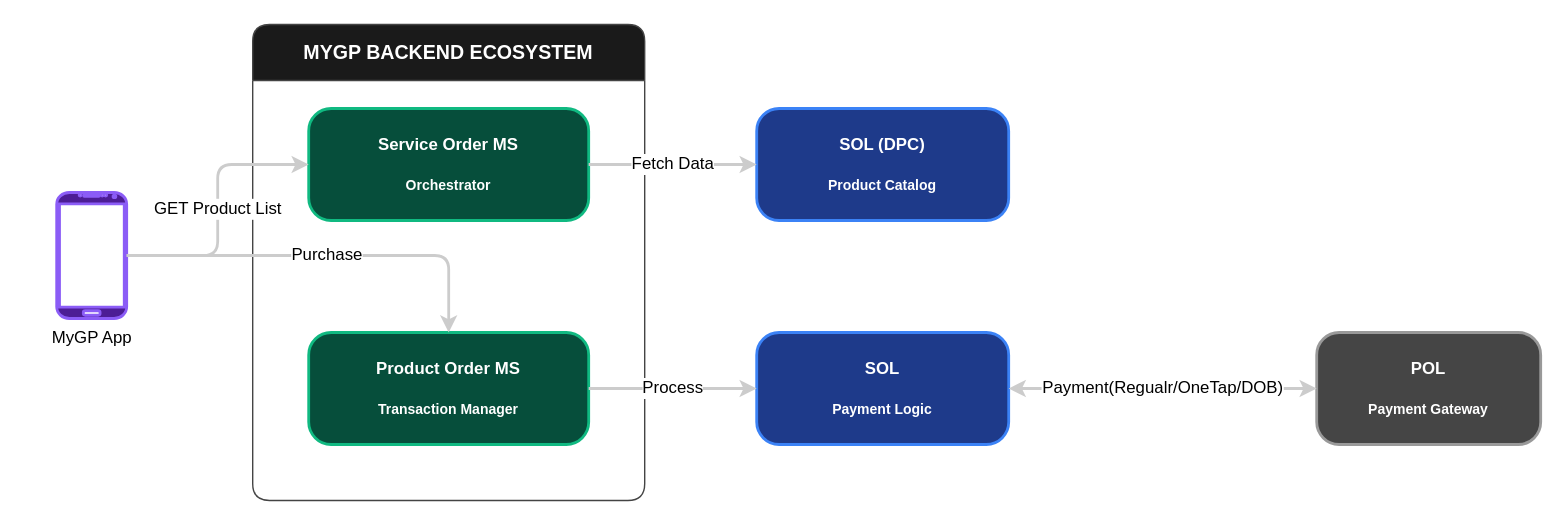
The draw.io diagram MyGP<->SOL Intigration.drawio in theasad/draw.io, before the edit. Source tidied: cells renumbered, new cells numbered last; positions are measured from the earlier drawing's top-left corner, leaving out a move shared by most shapes. Both pictures are drawn from the tidied source at 140%, with x=0, y=0 at pixel (56, 24).
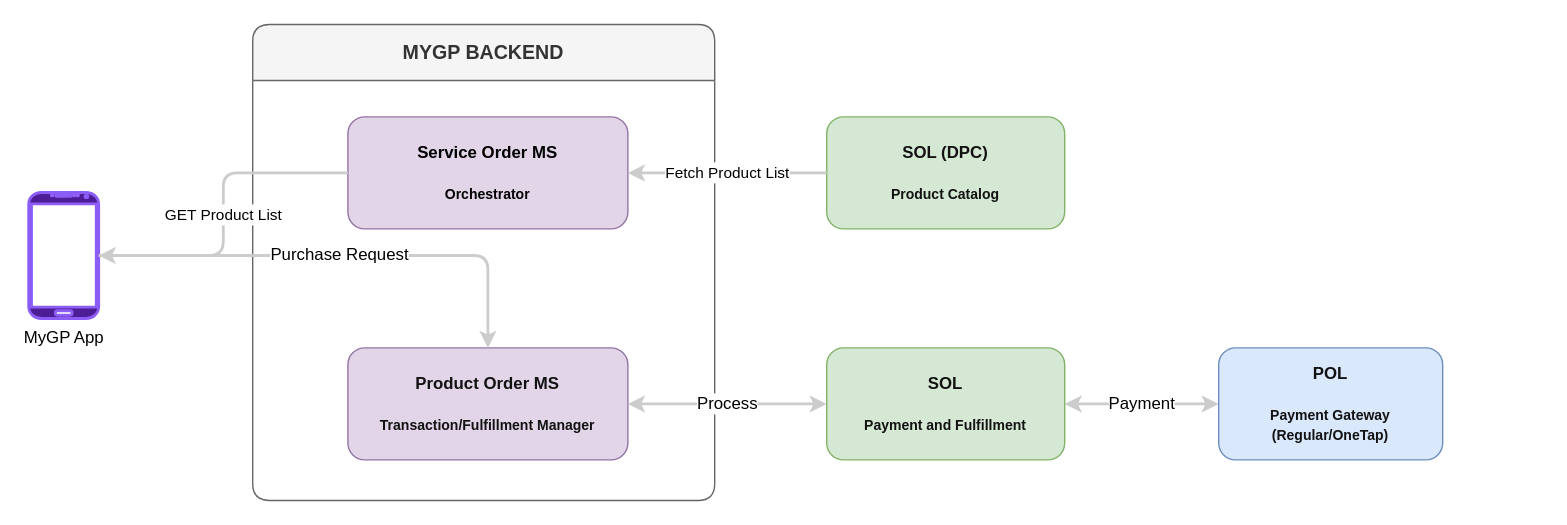
After the change.

The edit, as a diff of the source:
```diff
@@
 <mxGraphModel>
   <root>
     <mxCell id="0" />
     <mxCell id="1" parent="0" />
     <mxCell id="2" value="MyGP App" style="verticalLabelPosition=bottom;verticalAlign=top;html=1;shadow=0;dashed=0;outlineConnect=0;shape=mxgraph.android.phone2;fillColor=#4c1d95;strokeColor=#8b5cf6;strokeWidth=2;" parent="1" vertex="1">
-      <mxGeometry y="120" width="50" height="90" as="geometry" />
+      <mxGeometry x="-20" y="120" width="50" height="90" as="geometry" />
     </mxCell>
-    <mxCell id="3" value="MYGP BACKEND ECOSYSTEM" style="swimlane;whiteSpace=wrap;html=1;startSize=40;fillColor=#1a1a1a;fontColor=#ffffff;strokeColor=#444444;rounded=1;arcSize=10;fontStyle=1;fontSize=14;" parent="1" vertex="1">
-      <mxGeometry x="140" width="280" height="340" as="geometry" />
+    <mxCell id="3" value="&lt;span&gt;MYGP BACKEND&lt;/span&gt;" style="swimlane;whiteSpace=wrap;html=1;startSize=40;rounded=1;arcSize=10;fontStyle=1;fontSize=14;fillColor=#f5f5f5;strokeColor=#666666;fontColor=#333333;" parent="1" vertex="1">
+      <mxGeometry x="140" width="330" height="340" as="geometry" />
     </mxCell>
-    <mxCell id="4" value="Service Order MS&#10;&lt;br&gt;&lt;small&gt;Orchestrator&lt;/small&gt;" style="rounded=1;whiteSpace=wrap;html=1;fillColor=#064e3b;strokeColor=#10b981;fontColor=#ffffff;arcSize=20;strokeWidth=2;fontStyle=1;" parent="1" vertex="1">
-      <mxGeometry x="180" y="60" width="200" height="80" as="geometry" />
+    <mxCell id="4" value="&lt;span style=&quot;font-weight: 700;&quot;&gt;Service Order MS&lt;/span&gt;&lt;br style=&quot;font-weight: 700;&quot;&gt;&lt;br style=&quot;font-weight: 700;&quot;&gt;&lt;small style=&quot;font-weight: 700;&quot;&gt;Orchestrator&lt;/small&gt;" style="rounded=1;whiteSpace=wrap;html=1;fillColor=#e1d5e7;strokeColor=#9673a6;" parent="3" vertex="1">
+      <mxGeometry x="68" y="66" width="200" height="80" as="geometry" />
     </mxCell>
-    <mxCell id="5" value="Product Order MS&#10;&lt;br&gt;&lt;small&gt;Transaction Manager&lt;/small&gt;" style="rounded=1;whiteSpace=wrap;html=1;fillColor=#064e3b;strokeColor=#10b981;fontColor=#ffffff;arcSize=20;strokeWidth=2;fontStyle=1;" parent="1" vertex="1">
-      <mxGeometry x="180" y="220" width="200" height="80" as="geometry" />
-    </mxCell>
+    <mxCell id="14" value="&lt;span style=&quot;color: rgb(18, 18, 18); font-weight: 700;&quot;&gt;Product Order MS&lt;/span&gt;&lt;br style=&quot;color: rgb(18, 18, 18); font-weight: 700;&quot;&gt;&lt;br style=&quot;color: rgb(18, 18, 18); font-weight: 700;&quot;&gt;&lt;small style=&quot;color: rgb(18, 18, 18); font-weight: 700;&quot;&gt;Transaction/Fulfillment Manager&lt;/small&gt;" style="rounded=1;whiteSpace=wrap;html=1;fillColor=#e1d5e7;strokeColor=#9673a6;" parent="3" vertex="1">
+      <mxGeometry x="68" y="231" width="200" height="80" as="geometry" />
+    </mxCell>
+    <mxCell id="11" value="Purchase Request" style="edgeStyle=orthogonalEdgeStyle;rounded=1;html=1;fontSize=12;fontColor=default;strokeColor=#cccccc;strokeWidth=2;entryX=0.5;entryY=0;entryDx=0;entryDy=0;" parent="1" edge="1" source="2" target="14">
+      <mxGeometry relative="1" as="geometry" />
+    </mxCell>
+    <mxCell id="13" value="Payment" style="edgeStyle=orthogonalEdgeStyle;rounded=1;html=1;fontSize=12;fontColor=default;strokeColor=#cccccc;strokeWidth=2;startArrow=classic;startFill=1;exitX=1;exitY=0.5;exitDx=0;exitDy=0;entryX=0;entryY=0.5;entryDx=0;entryDy=0;" parent="1" edge="1" source="15" target="16">
+      <mxGeometry relative="1" as="geometry" />
+    </mxCell>
-    <mxCell id="6" value="SOL (DPC)&#10;&lt;br&gt;&lt;small&gt;Product Catalog&lt;/small&gt;" style="rounded=1;whiteSpace=wrap;html=1;fillColor=#1e3a8a;strokeColor=#3b82f6;fontColor=#ffffff;arcSize=20;strokeWidth=2;fontStyle=1;" parent="1" vertex="1">
-      <mxGeometry x="500" y="60" width="180" height="80" as="geometry" />
+    <mxCell id="6" value="&lt;span style=&quot;color: rgb(18, 18, 18); font-weight: 700;&quot;&gt;SOL (DPC)&lt;/span&gt;&lt;br style=&quot;color: rgb(18, 18, 18); font-weight: 700;&quot;&gt;&lt;br style=&quot;color: rgb(18, 18, 18); font-weight: 700;&quot;&gt;&lt;small style=&quot;color: rgb(18, 18, 18); font-weight: 700;&quot;&gt;Product Catalog&lt;/small&gt;" style="rounded=1;whiteSpace=wrap;html=1;fillColor=#d5e8d4;strokeColor=#82b366;" parent="1" vertex="1">
+      <mxGeometry x="550" y="66" width="170" height="80" as="geometry" />
     </mxCell>
-    <mxCell id="7" value="SOL&#10;&lt;br&gt;&lt;small&gt;Payment Logic&lt;/small&gt;" style="rounded=1;whiteSpace=wrap;html=1;fillColor=#1e3a8a;strokeColor=#3b82f6;fontColor=#ffffff;arcSize=20;strokeWidth=2;fontStyle=1;" parent="1" vertex="1">
-      <mxGeometry x="500" y="220" width="180" height="80" as="geometry" />
-    </mxCell>
-    <mxCell id="8" value="POL&#10;&lt;br&gt;&lt;small&gt;Payment Gateway&lt;/small&gt;" style="rounded=1;whiteSpace=wrap;html=1;fillColor=#454545;strokeColor=#999999;fontColor=#ffffff;arcSize=20;strokeWidth=2;fontStyle=1;" parent="1" vertex="1">
-      <mxGeometry x="900" y="220" width="160" height="80" as="geometry" />
-    </mxCell>
+    <mxCell id="15" value="&lt;span style=&quot;color: rgb(18, 18, 18); font-weight: 700;&quot;&gt;SOL&lt;/span&gt;&lt;br style=&quot;color: rgb(18, 18, 18); font-weight: 700;&quot;&gt;&lt;br style=&quot;color: rgb(18, 18, 18); font-weight: 700;&quot;&gt;&lt;small style=&quot;color: rgb(18, 18, 18); font-weight: 700;&quot;&gt;Payment and Fulfillment&lt;/small&gt;" style="rounded=1;whiteSpace=wrap;html=1;fillColor=#d5e8d4;strokeColor=#82b366;" parent="1" vertex="1">
+      <mxGeometry x="550" y="231" width="170" height="80" as="geometry" />
+    </mxCell>
+    <mxCell id="16" value="&lt;span style=&quot;color: rgb(18, 18, 18); font-weight: 700;&quot;&gt;POL&lt;/span&gt;&lt;br style=&quot;color: rgb(18, 18, 18); font-weight: 700;&quot;&gt;&lt;br style=&quot;color: rgb(18, 18, 18); font-weight: 700;&quot;&gt;&lt;small style=&quot;color: rgb(18, 18, 18); font-weight: 700;&quot;&gt;Payment Gateway (Regular/OneTap)&lt;/small&gt;" style="rounded=1;whiteSpace=wrap;html=1;fillColor=#dae8fc;strokeColor=#6c8ebf;" parent="1" vertex="1">
+      <mxGeometry x="830" y="231" width="160" height="80" as="geometry" />
+    </mxCell>
+    <mxCell id="12" value="Process" style="edgeStyle=orthogonalEdgeStyle;rounded=1;html=1;fontSize=12;fontColor=default;strokeColor=#cccccc;strokeWidth=2;startArrow=classic;startFill=1;exitX=1;exitY=0.5;exitDx=0;exitDy=0;entryX=0;entryY=0.5;entryDx=0;entryDy=0;" parent="1" edge="1" source="14" target="15">
+      <mxGeometry relative="1" as="geometry" />
+    </mxCell>
-    <mxCell id="9" value="GET Product List" style="edgeStyle=orthogonalEdgeStyle;rounded=1;html=1;fontSize=12;fontColor=default;strokeColor=#cccccc;strokeWidth=2;" parent="1" edge="1" source="2" target="4">
+    <mxCell id="9" value="&lt;span style=&quot;font-size: 11px;&quot;&gt;GET Product List&lt;/span&gt;" style="edgeStyle=orthogonalEdgeStyle;rounded=1;html=1;fontSize=12;fontColor=default;strokeColor=#cccccc;strokeWidth=2;exitX=0;exitY=0.5;exitDx=0;exitDy=0;" parent="1" edge="1" source="4" target="2">
       <mxGeometry relative="1" as="geometry" />
     </mxCell>
-    <mxCell id="10" value="&lt;span&gt;Fetch Data&lt;/span&gt;" style="edgeStyle=orthogonalEdgeStyle;rounded=1;html=1;fontSize=12;fontColor=default;strokeColor=#cccccc;strokeWidth=2;" parent="1" edge="1" source="4" target="6">
-      <mxGeometry relative="1" as="geometry" />
-    </mxCell>
-    <mxCell id="11" value="Purchase" style="edgeStyle=orthogonalEdgeStyle;rounded=1;html=1;fontSize=12;fontColor=default;strokeColor=#cccccc;strokeWidth=2;" parent="1" edge="1" source="2" target="5">
-      <mxGeometry relative="1" as="geometry" />
-    </mxCell>
-    <mxCell id="12" value="Process" style="edgeStyle=orthogonalEdgeStyle;rounded=1;html=1;fontSize=12;fontColor=default;strokeColor=#cccccc;strokeWidth=2;" parent="1" edge="1" source="5" target="7">
-      <mxGeometry relative="1" as="geometry" />
-    </mxCell>
-    <mxCell id="13" value="Payment(Regualr/OneTap/DOB)" style="edgeStyle=orthogonalEdgeStyle;rounded=1;html=1;fontSize=12;fontColor=default;strokeColor=#cccccc;strokeWidth=2;startArrow=classic;startFill=1;" parent="1" edge="1" source="7" target="8">
-      <mxGeometry relative="1" as="geometry" />
-    </mxCell>
+    <mxCell id="17" value="&lt;span style=&quot;font-size: 11px;&quot;&gt;Fetch Product List&lt;/span&gt;" style="edgeStyle=orthogonalEdgeStyle;rounded=1;html=1;fontSize=12;fontColor=default;strokeColor=#cccccc;strokeWidth=2;exitX=0;exitY=0.5;exitDx=0;exitDy=0;entryX=1;entryY=0.5;entryDx=0;entryDy=0;" parent="1" edge="1" source="6" target="4">
+      <mxGeometry relative="1" as="geometry" />
+    </mxCell>
   </root>
 </mxGraphModel>
```
